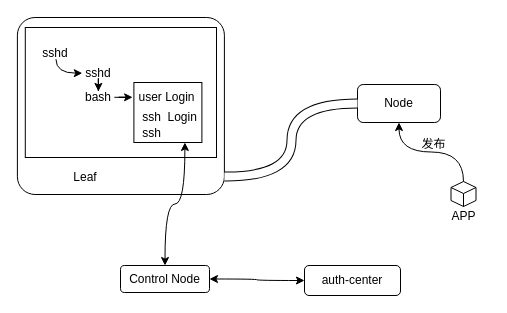
supengchuan/draow-io-design keeps this draw.io diagram as control-node.drawio. Above is the earlier version. Source tidied: cells renumbered, new cells numbered last; positions are measured from the earlier drawing's top-left corner, leaving out a move shared by most shapes. Both pictures are drawn from the tidied source at 100%, with x=0, y=0 at pixel (17, 17).
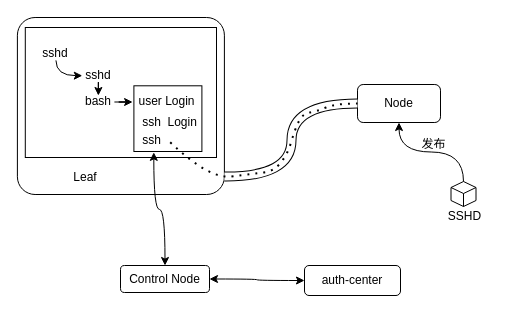
The same page after the edit.

The change refers to these unchanged cells:
```xml
<mxCell id="11" value="Control Node" style="rounded=1;whiteSpace=wrap;html=1;" parent="1" vertex="1">
  <mxGeometry x="103" y="248" width="89" height="27" as="geometry" />
</mxCell>
```

The edit, as a diff of the source:
```diff
@@
     <mxCell id="5" style="group;" parent="1" vertex="1">
-      <mxGeometry x="425" y="164" width="42" height="48" as="geometry" />
+      <mxGeometry x="425" y="164" width="47" height="48" as="geometry" />
     </mxCell>
@@
-    <mxCell id="7" value="APP" style="text;html=1;align=center;verticalAlign=middle;strokeColor=none;fillColor=none;" parent="5" vertex="1">
-      <mxGeometry y="22" width="42" height="26" as="geometry" />
+    <mxCell id="7" value="SSHD" style="text;html=1;align=center;verticalAlign=middle;strokeColor=none;fillColor=none;" parent="5" vertex="1">
+      <mxGeometry x="-4" y="22" width="51" height="26" as="geometry" />
     </mxCell>
@@
     <mxCell id="14" style="group;" parent="1" vertex="1">
-      <mxGeometry x="22.4" y="30" width="162" height="95" as="geometry" />
+      <mxGeometry x="22.4" y="30" width="162" height="104" as="geometry" />
     </mxCell>
     <mxCell id="15" style="rounded=0;whiteSpace=wrap;html=1;" parent="14" vertex="1">
-      <mxGeometry x="94" y="35" width="68" height="60" as="geometry" />
+      <mxGeometry x="94" y="38.3" width="68" height="65.7" as="geometry" />
     </mxCell>
     <mxCell id="16" value="sshd" style="text;html=1;strokeColor=none;fillColor=none;align=center;verticalAlign=middle;whiteSpace=wrap;rounded=0;" parent="14" vertex="1">
-      <mxGeometry width="32.1" height="11.7" as="geometry" />
+      <mxGeometry width="32.1" height="12.9" as="geometry" />
     </mxCell>
     <mxCell id="17" value="sshd" style="text;html=1;strokeColor=none;fillColor=none;align=center;verticalAlign=middle;whiteSpace=wrap;rounded=0;" parent="14" vertex="1">
-      <mxGeometry x="42.4" y="19.8" width="32.1" height="11.7" as="geometry" />
+      <mxGeometry x="42.4" y="21.7" width="32.1" height="12.9" as="geometry" />
     </mxCell>
     <mxCell id="18" style="edgeStyle=orthogonalEdgeStyle;curved=1;rounded=0;jettySize=auto;html=1;exitX=0.5;exitY=1;exitDx=0;exitDy=0;entryX=0;entryY=0.5;entryDx=0;entryDy=0;" parent="14" edge="1" source="16" target="17">
       <mxGeometry relative="1" as="geometry">
         <Array as="points">
-          <mxPoint x="15.6" y="25.3" />
-          <mxPoint x="42.4" y="25.3" />
+          <mxPoint x="15.6" y="27.7" />
+          <mxPoint x="42.4" y="27.7" />
         </Array>
       </mxGeometry>
     </mxCell>
     <mxCell id="19" value="bash" style="text;html=1;strokeColor=none;fillColor=none;align=center;verticalAlign=middle;whiteSpace=wrap;rounded=0;" parent="14" vertex="1">
-      <mxGeometry x="42.4" y="43.9" width="32.1" height="11.7" as="geometry" />
+      <mxGeometry x="42.4" y="48" width="32.1" height="12.9" as="geometry" />
     </mxCell>
@@
     <mxCell id="21" value="user Login" style="text;html=1;strokeColor=none;fillColor=none;align=center;verticalAlign=middle;whiteSpace=wrap;rounded=0;" parent="14" vertex="1">
-      <mxGeometry x="92.7" y="43.9" width="69.3" height="11.7" as="geometry" />
+      <mxGeometry x="92.7" y="48" width="69.3" height="12.9" as="geometry" />
     </mxCell>
@@
     <mxCell id="23" value="ssh&amp;nbsp; Login" style="text;html=1;align=center;verticalAlign=middle;strokeColor=none;fillColor=none;" parent="14" vertex="1">
-      <mxGeometry x="92.7" y="56.9" width="73" height="26" as="geometry" />
+      <mxGeometry x="92.7" y="62.2" width="73" height="26" as="geometry" />
     </mxCell>
     <mxCell id="24" value="ssh" style="text;html=1;align=center;verticalAlign=middle;points=[];strokeColor=none;fillColor=none;" parent="14" vertex="1">
-      <mxGeometry x="92.7" y="72.9" width="37" height="26" as="geometry" />
+      <mxGeometry x="92.7" y="79.8" width="37" height="26" as="geometry" />
     </mxCell>
-    <mxCell id="25" style="edgeStyle=orthogonalEdgeStyle;curved=1;rounded=0;jettySize=auto;html=1;exitX=0.75;exitY=1;exitDx=0;exitDy=0;startArrow=classic;startFill=1;" parent="1" edge="1" source="15" target="11">
+    <mxCell id="25" style="edgeStyle=orthogonalEdgeStyle;curved=1;rounded=0;jettySize=auto;html=1;exitX=0.573;exitY=0.963;exitDx=0;exitDy=0;startArrow=classic;startFill=1;exitPerimeter=0;" parent="1" edge="1" source="24" target="11">
       <mxGeometry relative="1" as="geometry" />
     </mxCell>
@@
+    <mxCell id="27" style="endArrow=none;dashed=1;html=1;dashPattern=1 3;strokeWidth=2;rounded=0;curved=1;exitX=1.016;exitY=0.576;exitDx=0;exitDy=0;exitPerimeter=0;" parent="1" edge="1" source="24">
+      <mxGeometry relative="1" as="geometry">
+        <mxPoint x="340" y="86" as="targetPoint" />
+        <Array as="points">
+          <mxPoint x="192" y="162" />
+          <mxPoint x="236" y="156" />
+          <mxPoint x="256" y="154" />
+          <mxPoint x="270" y="137" />
+          <mxPoint x="277" y="113" />
+          <mxPoint x="285" y="96" />
+          <mxPoint x="299" y="94" />
+          <mxPoint x="318" y="86" />
+        </Array>
+      </mxGeometry>
+    </mxCell>
```
